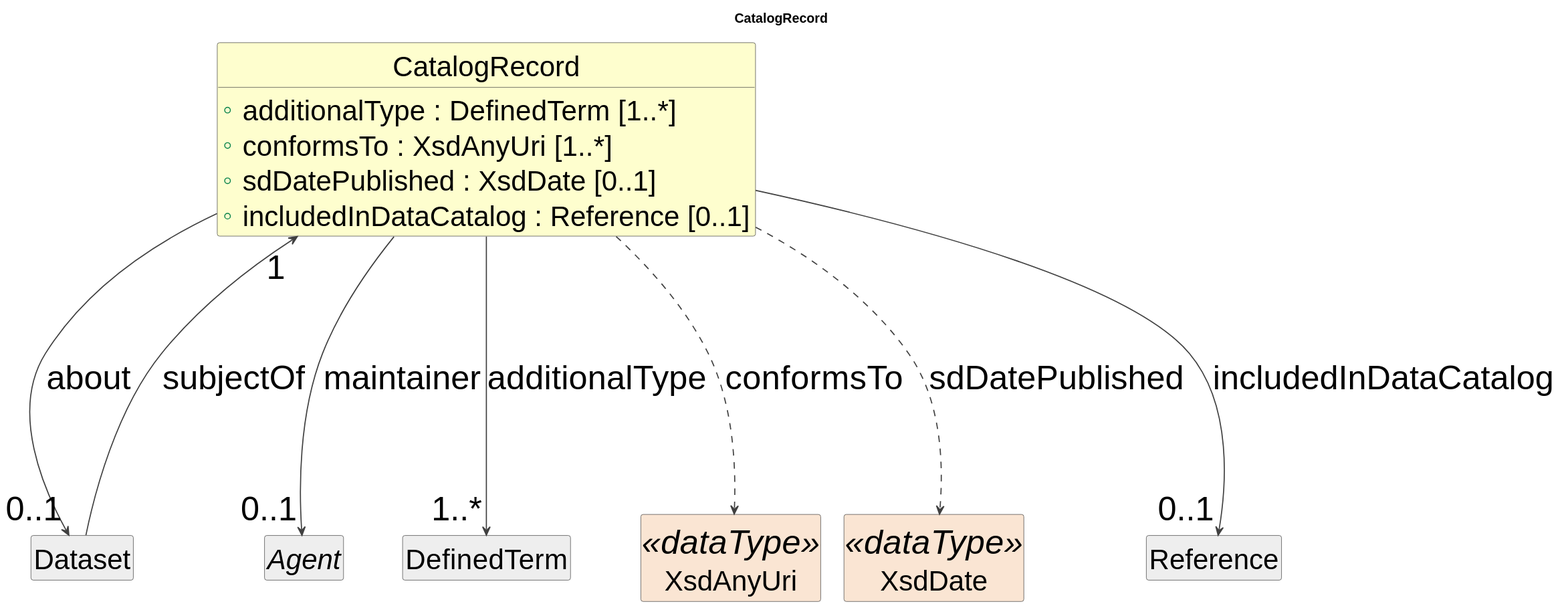
This is cdif-uml-model/DiscoveryDataDescription/Classes/CatalogRecord.svg from Cross-Domain-Interoperability-Framework/metadataBuildingBlocks, a PlantUML export, as it was before one commit.
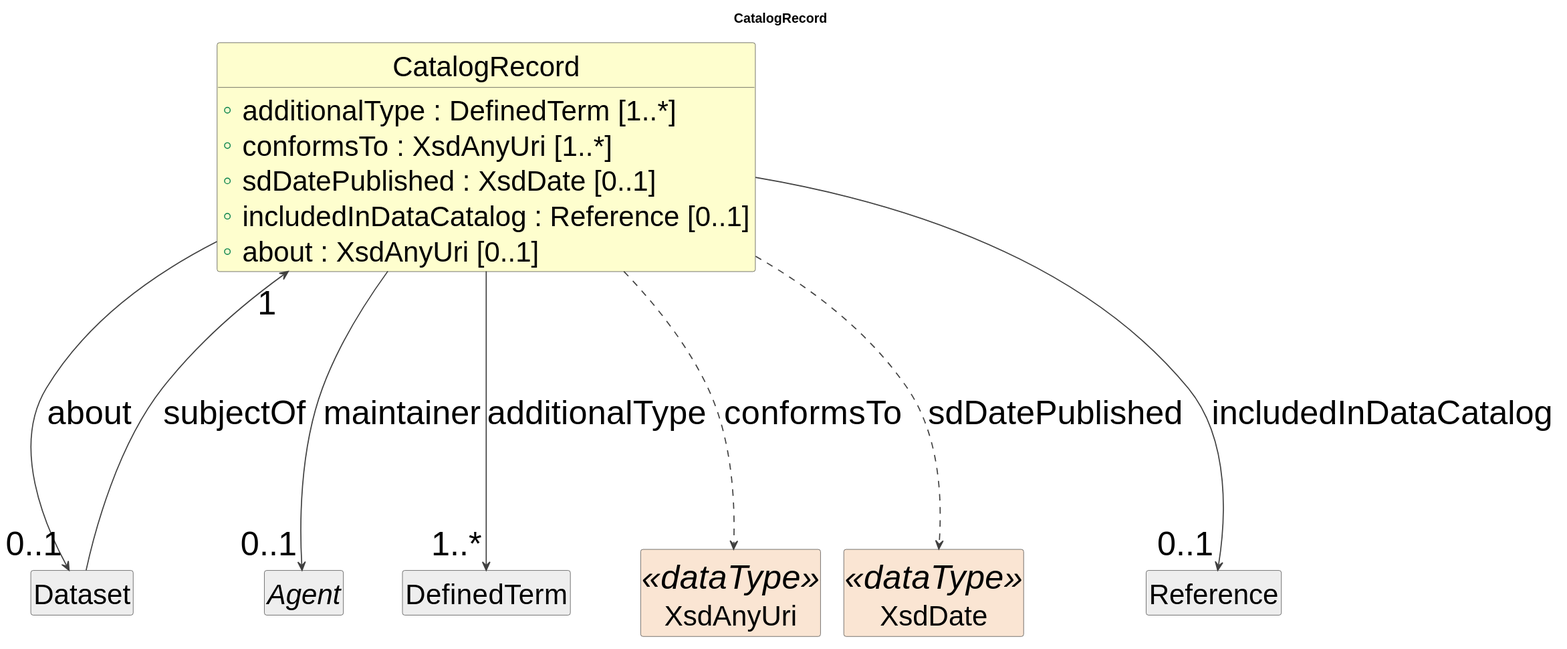
Above is the later version.

Diff of the diagram source:
```diff
@@ -19,6 +19,7 @@
   +conformsTo : XsdAnyUri [1..*]
   +sdDatePublished : XsdDate [0..1]
   +includedInDataCatalog : Reference [0..1]
+  +about : XsdAnyUri [0..1]
 }
 class "Dataset" as Dataset #EEEEEE
 Dataset --> "1" CatalogRecord : subjectOf
```
